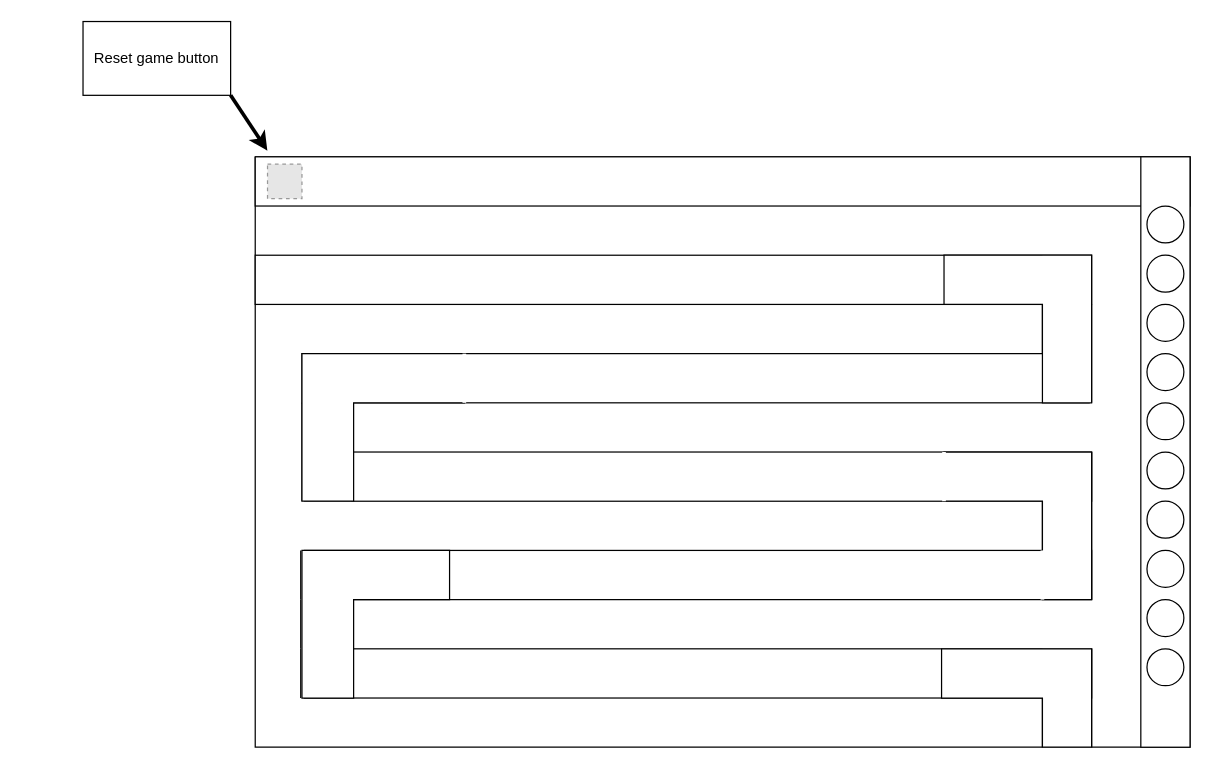
Before: TowerDefenseGP.drawio in olliglorioso/datasets, a draw.io diagram. Source tidied: cells renumbered, new cells numbered last; positions are measured from the earlier drawing's top-left corner, leaving out a move shared by most shapes. Both pictures are drawn from the tidied source at 123%, with x=0, y=0 at pixel (82, 21). Pictures stored in the file or linked from it are replaced by grey dashed boxes.
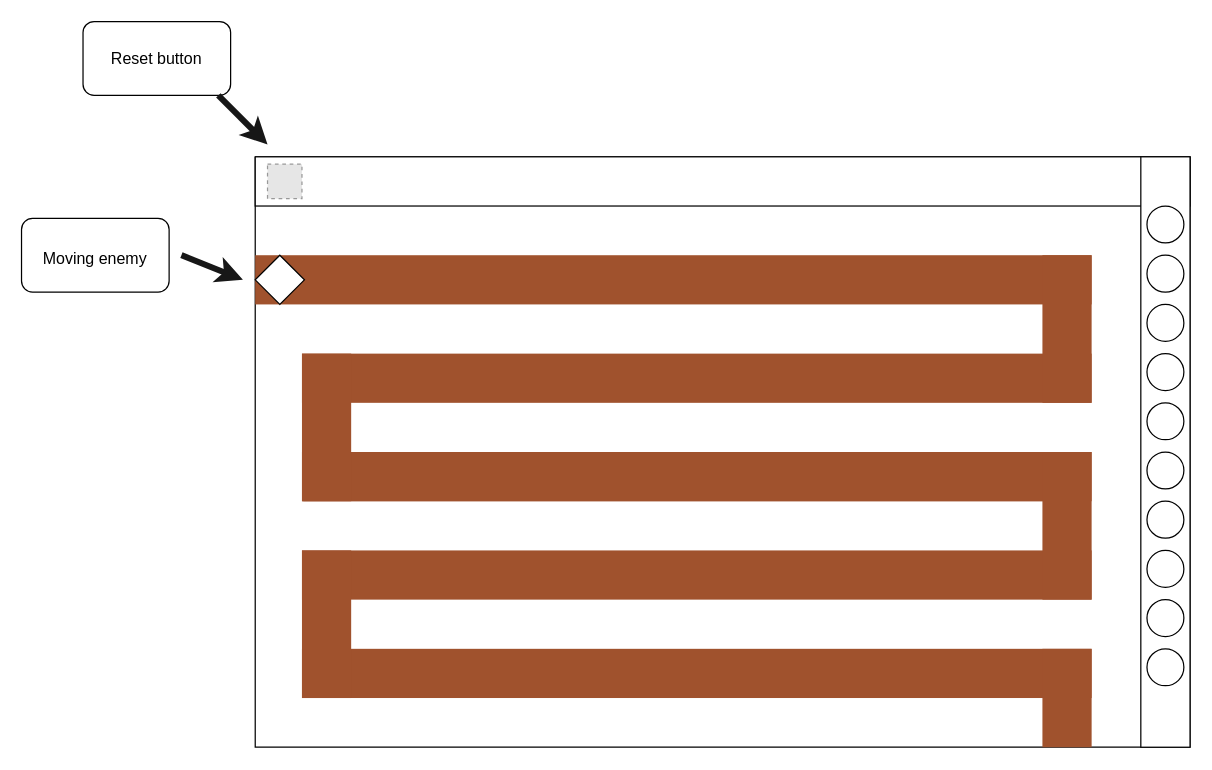
After the change.

Unchanged cells that the change refers to:
```xml
<mxCell id="3" style="rounded=0;whiteSpace=wrap;html=1;" parent="2" vertex="1">
  <mxGeometry width="760" height="40" as="geometry" />
</mxCell>
```

What changed in the source:
```diff
@@
-    <mxCell id="2" style="swimlane;startSize=0;" parent="1" vertex="1">
+    <mxCell id="2" style="swimlane;startSize=0;fillColor=#009900;strokeColor=#000000;" parent="1" vertex="1">
       <mxGeometry x="140" y="110" width="760" height="480" as="geometry" />
     </mxCell>
@@
-    <mxCell id="16" style="rounded=0;whiteSpace=wrap;html=1;" parent="2" vertex="1">
-      <mxGeometry y="80" width="680" height="40" as="geometry" />
-    </mxCell>
-    <mxCell id="17" style="rounded=0;whiteSpace=wrap;html=1;" parent="2" vertex="1">
-      <mxGeometry x="38" y="160" width="640" height="40" as="geometry" />
-    </mxCell>
-    <mxCell id="18" style="rounded=0;whiteSpace=wrap;html=1;" parent="2" vertex="1">
-      <mxGeometry x="40" y="240" width="640" height="40" as="geometry" />
-    </mxCell>
-    <mxCell id="19" style="rounded=0;whiteSpace=wrap;html=1;" parent="2" vertex="1">
-      <mxGeometry x="40" y="320" width="640" height="40" as="geometry" />
-    </mxCell>
-    <mxCell id="20" style="rounded=0;whiteSpace=wrap;html=1;" parent="2" vertex="1">
-      <mxGeometry x="40" y="400" width="640" height="40" as="geometry" />
-    </mxCell>
-    <mxCell id="21" style="rounded=0;whiteSpace=wrap;html=1;strokeColor=none;" parent="2" vertex="1">
-      <mxGeometry x="640" y="80" width="40" height="120" as="geometry" />
-    </mxCell>
-    <mxCell id="22" style="endArrow=none;html=1;rounded=0;exitX=1;exitY=1;exitDx=0;exitDy=0;" parent="2" edge="1" source="21">
-      <mxGeometry relative="1" as="geometry">
-        <mxPoint x="680" y="120" as="targetPoint" />
-      </mxGeometry>
-    </mxCell>
-    <mxCell id="23" style="endArrow=none;html=1;rounded=0;" parent="2" edge="1">
-      <mxGeometry relative="1" as="geometry">
-        <mxPoint x="640" y="160" as="sourcePoint" />
-        <mxPoint x="640" y="120" as="targetPoint" />
-      </mxGeometry>
-    </mxCell>
-    <mxCell id="24" style="rounded=0;whiteSpace=wrap;html=1;strokeColor=none;" parent="2" vertex="1">
-      <mxGeometry x="38" y="160" width="40" height="120" as="geometry" />
-    </mxCell>
-    <mxCell id="25" style="rounded=0;whiteSpace=wrap;html=1;strokeColor=none;" parent="2" vertex="1">
-      <mxGeometry x="640" y="240" width="40" height="120" as="geometry" />
-    </mxCell>
-    <mxCell id="26" style="rounded=0;whiteSpace=wrap;html=1;strokeColor=none;" parent="2" vertex="1">
-      <mxGeometry x="38" y="320" width="40" height="120" as="geometry" />
-    </mxCell>
-    <mxCell id="27" style="endArrow=none;html=1;rounded=0;" parent="2" edge="1">
-      <mxGeometry relative="1" as="geometry">
-        <mxPoint x="78" y="240" as="sourcePoint" />
-        <mxPoint x="78" y="200" as="targetPoint" />
-      </mxGeometry>
-    </mxCell>
-    <mxCell id="28" style="endArrow=none;html=1;rounded=0;" parent="2" edge="1">
-      <mxGeometry relative="1" as="geometry">
-        <mxPoint x="640" y="320" as="sourcePoint" />
-        <mxPoint x="640" y="280" as="targetPoint" />
-      </mxGeometry>
-    </mxCell>
-    <mxCell id="29" style="endArrow=none;html=1;rounded=0;" parent="2" edge="1">
-      <mxGeometry relative="1" as="geometry">
-        <mxPoint x="680" y="320" as="sourcePoint" />
-        <mxPoint x="680" y="280" as="targetPoint" />
-      </mxGeometry>
-    </mxCell>
-    <mxCell id="30" style="endArrow=none;html=1;rounded=0;" parent="2" edge="1">
-      <mxGeometry relative="1" as="geometry">
-        <mxPoint x="38" y="240" as="sourcePoint" />
-        <mxPoint x="38" y="200" as="targetPoint" />
-      </mxGeometry>
-    </mxCell>
-    <mxCell id="31" style="endArrow=none;html=1;rounded=0;" parent="2" edge="1">
-      <mxGeometry relative="1" as="geometry">
-        <mxPoint x="38" y="280" as="sourcePoint" />
-        <mxPoint x="38" y="240" as="targetPoint" />
-      </mxGeometry>
-    </mxCell>
-    <mxCell id="32" style="endArrow=none;html=1;rounded=0;" parent="2" edge="1">
-      <mxGeometry relative="1" as="geometry">
-        <mxPoint x="37" y="360" as="sourcePoint" />
-        <mxPoint x="37" y="320" as="targetPoint" />
-      </mxGeometry>
-    </mxCell>
-    <mxCell id="33" style="endArrow=none;html=1;rounded=0;" parent="2" edge="1">
-      <mxGeometry relative="1" as="geometry">
-        <mxPoint x="37" y="400" as="sourcePoint" />
-        <mxPoint x="37" y="360" as="targetPoint" />
-      </mxGeometry>
-    </mxCell>
-    <mxCell id="34" style="endArrow=none;html=1;rounded=0;" parent="2" edge="1">
-      <mxGeometry relative="1" as="geometry">
-        <mxPoint x="37" y="440" as="sourcePoint" />
-        <mxPoint x="37" y="400" as="targetPoint" />
-      </mxGeometry>
-    </mxCell>
-    <mxCell id="35" style="endArrow=none;html=1;rounded=0;" parent="2" edge="1">
-      <mxGeometry relative="1" as="geometry">
-        <mxPoint x="77" y="400" as="sourcePoint" />
-        <mxPoint x="77" y="360" as="targetPoint" />
-      </mxGeometry>
-    </mxCell>
-    <mxCell id="36" style="rounded=0;whiteSpace=wrap;html=1;strokeColor=none;" parent="2" vertex="1">
-      <mxGeometry x="640" y="400" width="40" height="80" as="geometry" />
-    </mxCell>
-    <mxCell id="37" style="endArrow=none;html=1;rounded=0;" parent="2" edge="1">
-      <mxGeometry relative="1" as="geometry">
-        <mxPoint x="640" y="480" as="sourcePoint" />
-        <mxPoint x="640" y="440" as="targetPoint" />
-      </mxGeometry>
-    </mxCell>
-    <mxCell id="38" style="endArrow=none;html=1;rounded=0;" parent="2" edge="1">
-      <mxGeometry relative="1" as="geometry">
-        <mxPoint x="680" y="480" as="sourcePoint" />
-        <mxPoint x="680" y="440" as="targetPoint" />
-      </mxGeometry>
-    </mxCell>
-    <mxCell id="39" style="endArrow=none;html=1;rounded=0;" parent="2" edge="1">
-      <mxGeometry relative="1" as="geometry">
-        <mxPoint x="680" y="440" as="sourcePoint" />
-        <mxPoint x="680" y="400" as="targetPoint" />
-      </mxGeometry>
-    </mxCell>
-    <mxCell id="40" style="endArrow=none;html=1;rounded=0;" parent="2" edge="1">
-      <mxGeometry relative="1" as="geometry">
-        <mxPoint x="680" y="360" as="sourcePoint" />
-        <mxPoint x="680" y="320" as="targetPoint" />
-      </mxGeometry>
-    </mxCell>
-    <mxCell id="41" style="endArrow=none;html=1;rounded=0;" parent="2" edge="1">
-      <mxGeometry relative="1" as="geometry">
-        <mxPoint x="680" y="280" as="sourcePoint" />
-        <mxPoint x="680" y="240" as="targetPoint" />
-      </mxGeometry>
-    </mxCell>
-    <mxCell id="42" style="shape=corner;whiteSpace=wrap;html=1;dx=42;dy=40;" parent="2" vertex="1">
-      <mxGeometry x="38" y="160" width="132" height="120" as="geometry" />
-    </mxCell>
-    <mxCell id="43" style="shape=corner;whiteSpace=wrap;html=1;dx=40;dy=40;rotation=-180;direction=north;" parent="2" vertex="1">
-      <mxGeometry x="560" y="80" width="120" height="120" as="geometry" />
-    </mxCell>
-    <mxCell id="44" style="shape=corner;whiteSpace=wrap;html=1;dx=40;dy=40;direction=south;" parent="2" vertex="1">
-      <mxGeometry x="560" y="240" width="120" height="120" as="geometry" />
-    </mxCell>
-    <mxCell id="45" style="shape=corner;whiteSpace=wrap;html=1;dx=42;dy=40;direction=east;" parent="2" vertex="1">
-      <mxGeometry x="38" y="320" width="120" height="120" as="geometry" />
-    </mxCell>
-    <mxCell id="46" style="shape=corner;whiteSpace=wrap;html=1;dx=40;dy=40;direction=south;" parent="2" vertex="1">
-      <mxGeometry x="558" y="400" width="122" height="80" as="geometry" />
-    </mxCell>
-    <mxCell id="47" style="endArrow=none;html=1;rounded=0;strokeWidth=3;exitX=0;exitY=0;exitDx=40;exitDy=120;exitPerimeter=0;strokeColor=#FFFFFF;" parent="2" edge="1" source="44">
-      <mxGeometry relative="1" as="geometry">
-        <mxPoint x="560" y="240" as="targetPoint" />
-      </mxGeometry>
-    </mxCell>
-    <mxCell id="48" style="endArrow=none;html=1;rounded=0;strokeWidth=3;exitX=0;exitY=0;exitDx=40;exitDy=120;exitPerimeter=0;strokeColor=#FFFFFF;" parent="2" edge="1">
-      <mxGeometry relative="1" as="geometry">
-        <mxPoint x="640" y="360" as="sourcePoint" />
-        <mxPoint x="640" y="320" as="targetPoint" />
-      </mxGeometry>
-    </mxCell>
-    <mxCell id="49" style="endArrow=none;html=1;rounded=0;strokeWidth=3;exitX=0;exitY=0;exitDx=40;exitDy=120;exitPerimeter=0;strokeColor=#FFFFFF;" parent="2" edge="1">
-      <mxGeometry relative="1" as="geometry">
-        <mxPoint x="170" y="200" as="sourcePoint" />
-        <mxPoint x="170" y="160" as="targetPoint" />
-      </mxGeometry>
-    </mxCell>
-    <mxCell id="50" value="Reset game button" style="rounded=0;whiteSpace=wrap;html=1;" parent="1" vertex="1">
-      <mxGeometry width="120" height="60" as="geometry" />
-    </mxCell>
-    <mxCell id="51" style="endArrow=classic;html=1;rounded=0;strokeWidth=3;entryX=0.013;entryY=-0.125;entryDx=0;entryDy=0;entryPerimeter=0;" parent="1" edge="1" target="3">
-      <mxGeometry relative="1" as="geometry">
-        <mxPoint x="120" y="60" as="sourcePoint" />
-      </mxGeometry>
-    </mxCell>
+    <mxCell id="52" style="rounded=0;whiteSpace=wrap;html=1;fillColor=#a0522d;fontColor=#ffffff;strokeColor=none;" parent="2" vertex="1">
+      <mxGeometry y="80" width="680" height="40" as="geometry" />
+    </mxCell>
+    <mxCell id="53" style="rounded=0;whiteSpace=wrap;html=1;fillColor=#a0522d;fontColor=#ffffff;strokeColor=none;" parent="2" vertex="1">
+      <mxGeometry x="38" y="160" width="642" height="40" as="geometry" />
+    </mxCell>
+    <mxCell id="54" style="rounded=0;whiteSpace=wrap;html=1;fillColor=#a0522d;fontColor=#ffffff;strokeColor=none;" parent="2" vertex="1">
+      <mxGeometry x="38" y="240" width="640" height="40" as="geometry" />
+    </mxCell>
+    <mxCell id="55" style="rounded=0;whiteSpace=wrap;html=1;fillColor=#a0522d;fontColor=#ffffff;strokeColor=none;" parent="2" vertex="1">
+      <mxGeometry x="39" y="240" width="641" height="40" as="geometry" />
+    </mxCell>
+    <mxCell id="56" style="rounded=0;whiteSpace=wrap;html=1;fillColor=#a0522d;fontColor=#ffffff;strokeColor=none;" parent="2" vertex="1">
+      <mxGeometry x="38" y="320" width="642" height="40" as="geometry" />
+    </mxCell>
+    <mxCell id="57" style="rounded=0;whiteSpace=wrap;html=1;fillColor=#a0522d;fontColor=#ffffff;strokeColor=none;" parent="2" vertex="1">
+      <mxGeometry x="38" y="400" width="642" height="40" as="geometry" />
+    </mxCell>
+    <mxCell id="58" style="rounded=0;whiteSpace=wrap;html=1;fillColor=#a0522d;fontColor=#ffffff;strokeColor=none;" parent="2" vertex="1">
+      <mxGeometry x="640" y="80" width="40" height="120" as="geometry" />
+    </mxCell>
+    <mxCell id="59" style="rounded=0;whiteSpace=wrap;html=1;fillColor=#a0522d;fontColor=#ffffff;strokeColor=none;" parent="2" vertex="1">
+      <mxGeometry x="38" y="160" width="40" height="120" as="geometry" />
+    </mxCell>
+    <mxCell id="60" style="rounded=0;whiteSpace=wrap;html=1;fillColor=#a0522d;fontColor=#ffffff;strokeColor=none;" parent="2" vertex="1">
+      <mxGeometry x="640" y="240" width="40" height="120" as="geometry" />
+    </mxCell>
+    <mxCell id="61" style="rounded=0;whiteSpace=wrap;html=1;fillColor=#a0522d;fontColor=#ffffff;strokeColor=none;" parent="2" vertex="1">
+      <mxGeometry x="38" y="320" width="40" height="120" as="geometry" />
+    </mxCell>
+    <mxCell id="62" style="rhombus;whiteSpace=wrap;html=1;fontSize=20;" parent="2" vertex="1">
+      <mxGeometry y="80" width="40" height="40" as="geometry" />
+    </mxCell>
+    <mxCell id="63" style="rounded=0;whiteSpace=wrap;html=1;fillColor=#a0522d;fontColor=#ffffff;strokeColor=none;" parent="1" vertex="1">
+      <mxGeometry x="780" y="510" width="40" height="80" as="geometry" />
+    </mxCell>
+    <mxCell id="64" value="&lt;font style=&quot;font-size: 13px;&quot;&gt;Reset button&lt;/font&gt;" style="rounded=1;whiteSpace=wrap;html=1;" parent="1" vertex="1">
+      <mxGeometry width="120" height="60" as="geometry" />
+    </mxCell>
+    <mxCell id="65" style="endArrow=classic;html=1;rounded=0;strokeColor=#171717;strokeWidth=5;fontSize=20;" parent="1" edge="1">
+      <mxGeometry relative="1" as="geometry">
+        <mxPoint x="110" y="60" as="sourcePoint" />
+        <mxPoint x="150" y="100" as="targetPoint" />
+      </mxGeometry>
+    </mxCell>
+    <mxCell id="66" style="endArrow=classic;html=1;rounded=0;strokeColor=#171717;strokeWidth=5;fontSize=20;" parent="1" edge="1">
+      <mxGeometry relative="1" as="geometry">
+        <mxPoint x="80" y="190" as="sourcePoint" />
+        <mxPoint x="130" y="210" as="targetPoint" />
+      </mxGeometry>
+    </mxCell>
+    <mxCell id="67" value="&lt;font style=&quot;font-size: 13px;&quot;&gt;Moving enemy&lt;/font&gt;" style="rounded=1;whiteSpace=wrap;html=1;fontSize=20;" parent="1" vertex="1">
+      <mxGeometry x="-50" y="160" width="120" height="60" as="geometry" />
+    </mxCell>
```
